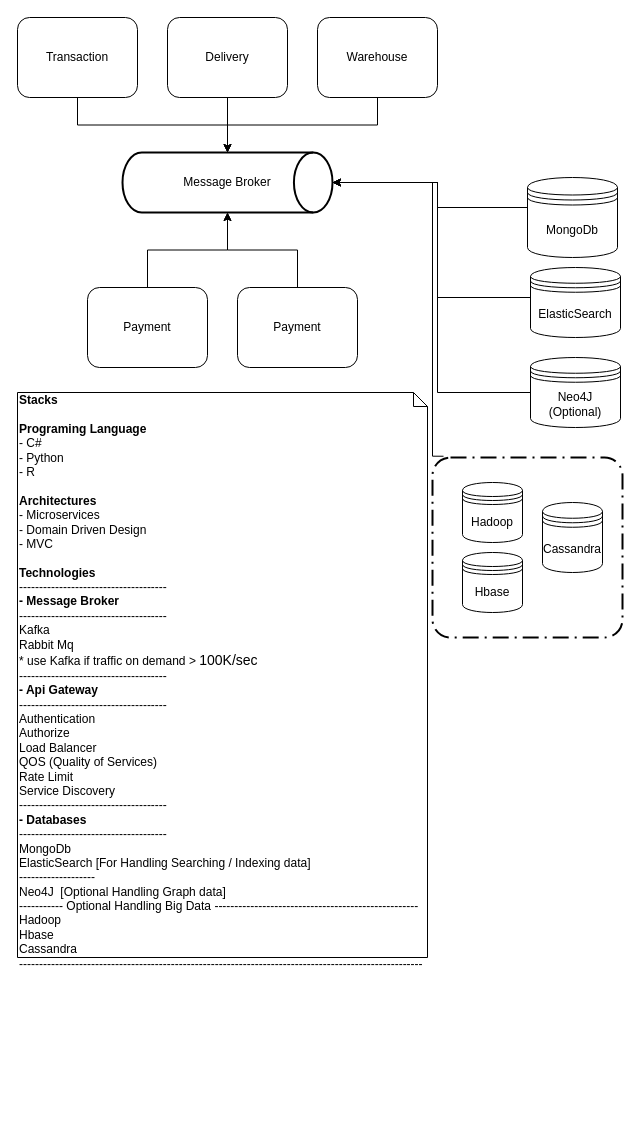
Above: page "Application Architecture" (3 of 4) of shareEconomyLogistic.drawio in NHadi/DesignExercises (draw.io), before the change. Source tidied: cells renumbered, new cells numbered last; positions are measured from the earlier drawing's top-left corner, leaving out a move shared by most shapes. Both pictures are drawn from the tidied source at 100%, with x=0, y=0 at pixel (17, 17).
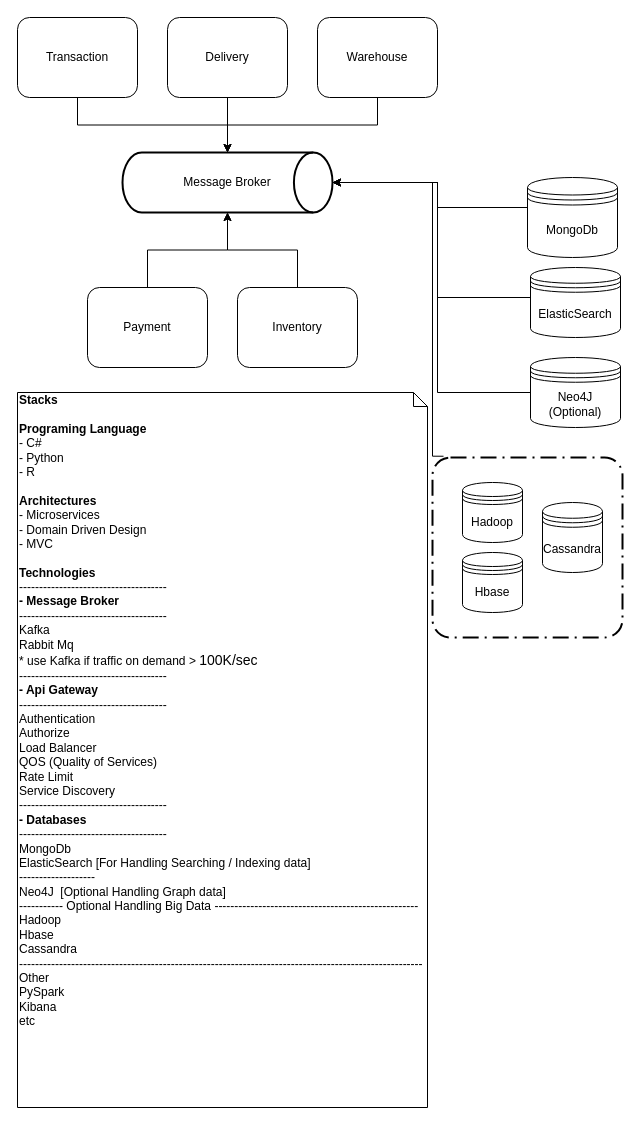
Above is the later version.

The edit, as a diff of the source:
```diff
@@
-    <mxCell id="9" value="Payment" style="shape=ext;rounded=1;html=1;whiteSpace=wrap;" parent="1" vertex="1">
+    <mxCell id="9" value="Inventory" style="shape=ext;rounded=1;html=1;whiteSpace=wrap;" parent="1" vertex="1">
       <mxGeometry x="220" y="270" width="120" height="80" as="geometry" />
     </mxCell>
@@
-    <mxCell id="25" value="&lt;b&gt;Stacks&lt;/b&gt;&lt;br&gt;&lt;br&gt;&lt;b&gt;Programing Language&lt;/b&gt;&lt;br&gt;- C#&lt;br&gt;- Python&lt;br&gt;- R&lt;br&gt;&lt;br&gt;&lt;b&gt;Architectures&lt;/b&gt;&lt;br&gt;- Microservices&lt;br&gt;- Domain Driven Design&lt;br&gt;- MVC&lt;br&gt;&lt;br&gt;&lt;b&gt;Technologies&lt;br&gt;&lt;/b&gt;-------------------------------------&lt;br&gt;&lt;b&gt;- Message Broker&lt;/b&gt;&lt;br&gt;-------------------------------------&lt;br&gt;Kafka&amp;nbsp;&lt;br&gt;Rabbit Mq&lt;br&gt;* use Kafka if traffic on demand &amp;gt;&amp;nbsp;&lt;span style=&quot;font-family: &amp;#34;montserrat&amp;#34; , sans-serif ; font-size: 14px&quot;&gt;100K/sec&lt;/span&gt;&lt;br&gt;-------------------------------------&lt;br&gt;&lt;b&gt;- Api&amp;nbsp;Gateway&lt;/b&gt;&lt;br&gt;-------------------------------------&lt;br&gt;Authentication&lt;br&gt;Authorize&lt;br&gt;Load Balancer&lt;br&gt;QOS (Quality of Services)&lt;br&gt;Rate Limit&lt;br&gt;Service Discovery&lt;br&gt;-------------------------------------&lt;br&gt;&lt;b&gt;- Databases&lt;br&gt;&lt;/b&gt;-------------------------------------&lt;br&gt;MongoDb&amp;nbsp;&lt;br&gt;ElasticSearch [For Handling Searching / Indexing data]&lt;br&gt;-------------------&lt;br&gt;Neo4J&amp;nbsp; [Optional Handling Graph data]&lt;br&gt;----------- Optional Handling Big Data ---------------------------------------------------&lt;br&gt;Hadoop&lt;br&gt;Hbase&lt;br&gt;Cassandra&lt;br&gt;-----------------------------------------------------------------------------------------------------" style="shape=note;whiteSpace=wrap;html=1;size=14;verticalAlign=top;align=left;spacingTop=-6;" parent="1" vertex="1">
-      <mxGeometry y="375" width="410" height="565" as="geometry" />
+    <mxCell id="25" value="&lt;b&gt;Stacks&lt;/b&gt;&lt;br&gt;&lt;br&gt;&lt;b&gt;Programing Language&lt;/b&gt;&lt;br&gt;- C#&lt;br&gt;- Python&lt;br&gt;- R&lt;br&gt;&lt;br&gt;&lt;b&gt;Architectures&lt;/b&gt;&lt;br&gt;- Microservices&lt;br&gt;- Domain Driven Design&lt;br&gt;- MVC&lt;br&gt;&lt;br&gt;&lt;b&gt;Technologies&lt;br&gt;&lt;/b&gt;-------------------------------------&lt;br&gt;&lt;b&gt;- Message Broker&lt;/b&gt;&lt;br&gt;-------------------------------------&lt;br&gt;Kafka&amp;nbsp;&lt;br&gt;Rabbit Mq&lt;br&gt;* use Kafka if traffic on demand &amp;gt;&amp;nbsp;&lt;span style=&quot;font-family: &amp;#34;montserrat&amp;#34; , sans-serif ; font-size: 14px&quot;&gt;100K/sec&lt;/span&gt;&lt;br&gt;-------------------------------------&lt;br&gt;&lt;b&gt;- Api&amp;nbsp;Gateway&lt;/b&gt;&lt;br&gt;-------------------------------------&lt;br&gt;Authentication&lt;br&gt;Authorize&lt;br&gt;Load Balancer&lt;br&gt;QOS (Quality of Services)&lt;br&gt;Rate Limit&lt;br&gt;Service Discovery&lt;br&gt;-------------------------------------&lt;br&gt;&lt;b&gt;- Databases&lt;br&gt;&lt;/b&gt;-------------------------------------&lt;br&gt;MongoDb&amp;nbsp;&lt;br&gt;ElasticSearch [For Handling Searching / Indexing data]&lt;br&gt;-------------------&lt;br&gt;Neo4J&amp;nbsp; [Optional Handling Graph data]&lt;br&gt;----------- Optional Handling Big Data ---------------------------------------------------&lt;br&gt;Hadoop&lt;br&gt;Hbase&lt;br&gt;Cassandra&lt;br&gt;-----------------------------------------------------------------------------------------------------&lt;br&gt;Other&lt;br&gt;PySpark&lt;br&gt;Kibana&lt;br&gt;etc" style="shape=note;whiteSpace=wrap;html=1;size=14;verticalAlign=top;align=left;spacingTop=-6;" parent="1" vertex="1">
+      <mxGeometry y="375" width="410" height="715" as="geometry" />
     </mxCell>
```
